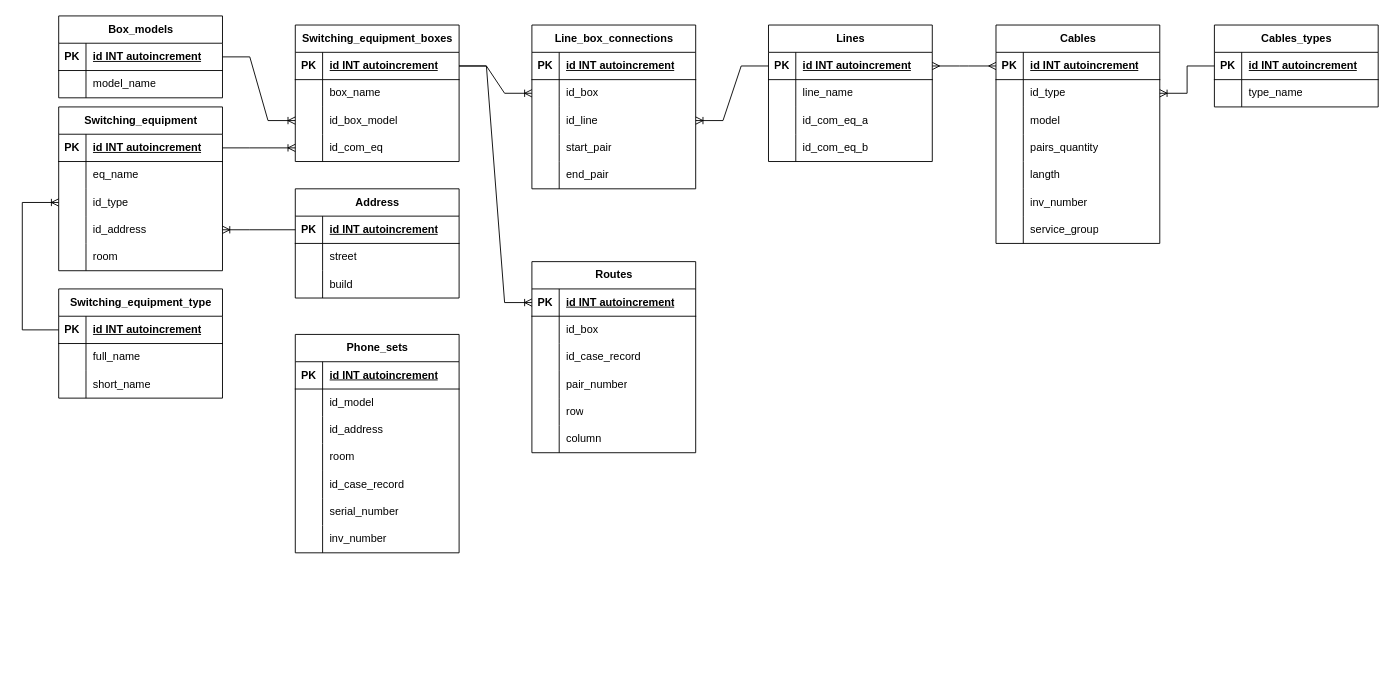
Earlier version of the draw.io diagram Project/Диаграмма без названия.drawio (AndyHustler/HomeworkForJSFullStack). Source tidied: cells renumbered, new cells numbered last; positions are measured from the earlier drawing's top-left corner, leaving out a move shared by most shapes. Both pictures are drawn from the tidied source at 91%, with x=0, y=0 at pixel (22, 15).
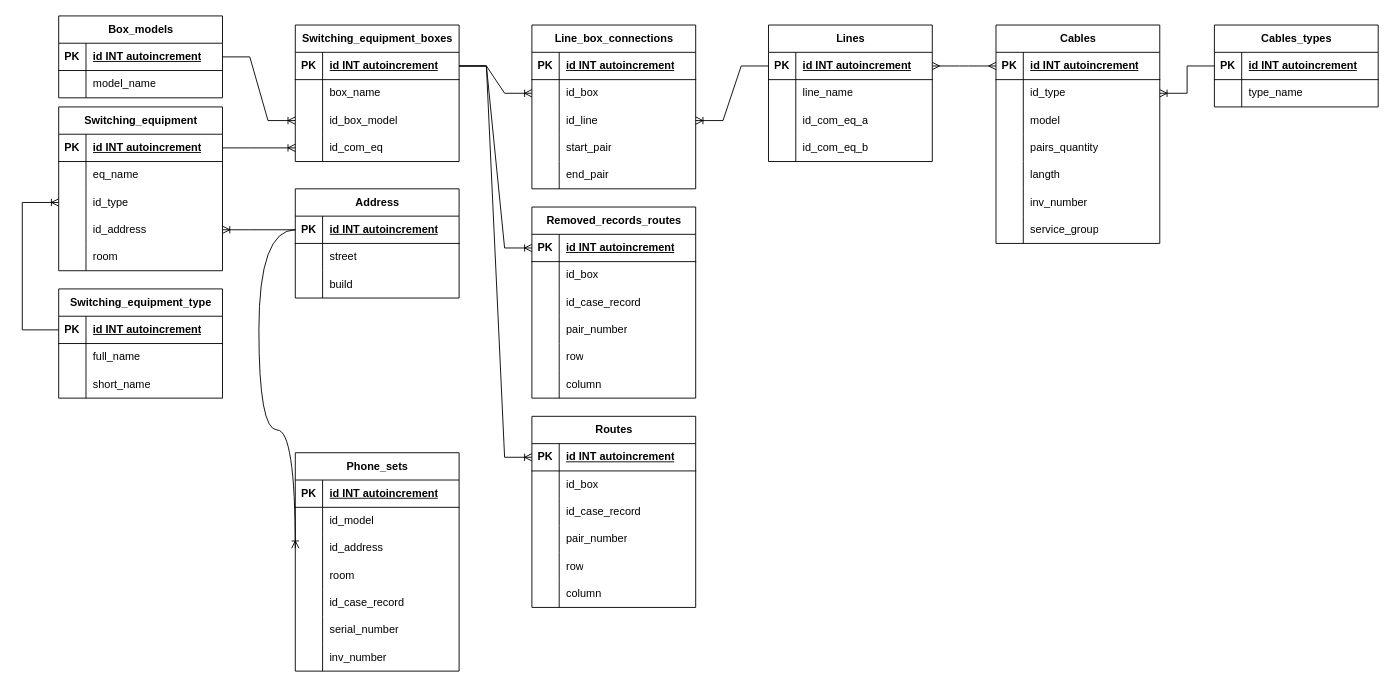
Above is the later version.

Unchanged cells that the change refers to:
```xml
<mxCell id="19" style="shape=tableRow;horizontal=0;startSize=0;swimlaneHead=0;swimlaneBody=0;fillColor=none;points=[[0,0.5],[1,0.5]];portConstraint=eastwest;top=0;left=0;right=0;bottom=1;" parent="18" vertex="1">
  <mxGeometry y="30" width="180" height="30" as="geometry" />
</mxCell>
<mxCell id="44" style="shape=tableRow;horizontal=0;startSize=0;swimlaneHead=0;swimlaneBody=0;fillColor=none;points=[[0,0.5],[1,0.5]];portConstraint=eastwest;top=0;left=0;right=0;bottom=1;" parent="43" vertex="1">
  <mxGeometry y="30" width="180" height="30" as="geometry" />
</mxCell>
<mxCell id="133" style="shape=tableRow;horizontal=0;startSize=0;swimlaneHead=0;swimlaneBody=0;fillColor=none;points=[[0,0.5],[1,0.5]];portConstraint=eastwest;top=0;left=0;right=0;bottom=0;" parent="126" vertex="1">
  <mxGeometry y="90" width="180" height="30" as="geometry" />
</mxCell>
```

What changed in the source:
```diff
@@
     <mxCell id="126" value="Phone_sets" style="shape=table;startSize=30;childLayout=tableLayout;rowLines=0;fontStyle=1;align=center;html=1;" parent="1" vertex="1">
-      <mxGeometry x="300" y="350" width="180" height="240" as="geometry" />
+      <mxGeometry x="300" y="480" width="180" height="240" as="geometry" />
     </mxCell>
@@
     <mxCell id="148" value="Routes" style="shape=table;startSize=30;childLayout=tableLayout;rowLines=0;fontStyle=1;align=center;html=1;" parent="1" vertex="1">
-      <mxGeometry x="560" y="270" width="180" height="210" as="geometry" />
+      <mxGeometry x="560" y="440" width="180" height="210" as="geometry" />
     </mxCell>
@@
+    <mxCell id="168" style="edgeStyle=orthogonalEdgeStyle;fontSize=12;html=1;endArrow=ERoneToMany;rounded=0;exitX=0;exitY=0.5;exitDx=0;exitDy=0;entryX=0;entryY=0.5;entryDx=0;entryDy=0;curved=1;" parent="1" edge="1" source="44" target="133">
+      <mxGeometry relative="1" as="geometry">
+        <Array as="points">
+          <mxPoint x="260" y="235" />
+          <mxPoint x="260" y="455" />
+        </Array>
+      </mxGeometry>
+    </mxCell>
+    <mxCell id="169" value="Removed_records_routes" style="shape=table;startSize=30;childLayout=tableLayout;rowLines=0;fontStyle=1;align=center;html=1;" parent="1" vertex="1">
+      <mxGeometry x="560" y="210" width="180" height="210" as="geometry" />
+    </mxCell>
+    <mxCell id="170" style="shape=tableRow;horizontal=0;startSize=0;swimlaneHead=0;swimlaneBody=0;fillColor=none;points=[[0,0.5],[1,0.5]];portConstraint=eastwest;top=0;left=0;right=0;bottom=1;" parent="169" vertex="1">
+      <mxGeometry y="30" width="180" height="30" as="geometry" />
+    </mxCell>
+    <mxCell id="171" value="PK" style="shape=partialRectangle;fillColor=none;top=0;left=0;bottom=0;right=0;fontStyle=1;overflow=hidden;whiteSpace=wrap;html=1;" parent="170" vertex="1">
+      <mxGeometry width="30" height="30" as="geometry" />
+    </mxCell>
+    <mxCell id="172" value="id INT autoincrement" style="shape=partialRectangle;fillColor=none;top=0;left=0;bottom=0;right=0;align=left;spacingLeft=6;fontStyle=5;overflow=hidden;whiteSpace=wrap;html=1;" parent="170" vertex="1">
+      <mxGeometry x="30" width="150" height="30" as="geometry" />
+    </mxCell>
+    <mxCell id="173" style="shape=tableRow;horizontal=0;startSize=0;swimlaneHead=0;swimlaneBody=0;fillColor=none;top=0;left=0;right=0;bottom=0;" parent="169" vertex="1">
+      <mxGeometry y="60" width="180" height="30" as="geometry" />
+    </mxCell>
+    <mxCell id="174" style="shape=partialRectangle;fillColor=none;top=0;left=0;bottom=0;right=0;overflow=hidden;whiteSpace=wrap;html=1;" parent="173" vertex="1">
+      <mxGeometry width="30" height="30" as="geometry" />
+    </mxCell>
+    <mxCell id="175" value="id_box" style="shape=partialRectangle;fillColor=none;top=0;left=0;bottom=0;right=0;align=left;spacingLeft=6;overflow=hidden;whiteSpace=wrap;html=1;" parent="173" vertex="1">
+      <mxGeometry x="30" width="150" height="30" as="geometry" />
+    </mxCell>
+    <mxCell id="176" style="shape=tableRow;horizontal=0;startSize=0;swimlaneHead=0;swimlaneBody=0;fillColor=none;top=0;left=0;right=0;bottom=0;" parent="169" vertex="1">
+      <mxGeometry y="90" width="180" height="30" as="geometry" />
+    </mxCell>
+    <mxCell id="177" style="shape=partialRectangle;fillColor=none;top=0;left=0;bottom=0;right=0;overflow=hidden;whiteSpace=wrap;html=1;" parent="176" vertex="1">
+      <mxGeometry width="30" height="30" as="geometry" />
+    </mxCell>
+    <mxCell id="178" value="&lt;div&gt;id_case_record&lt;/div&gt;" style="shape=partialRectangle;fillColor=none;top=0;left=0;bottom=0;right=0;align=left;spacingLeft=6;overflow=hidden;whiteSpace=wrap;html=1;" parent="176" vertex="1">
+      <mxGeometry x="30" width="150" height="30" as="geometry" />
+    </mxCell>
+    <mxCell id="179" style="shape=tableRow;horizontal=0;startSize=0;swimlaneHead=0;swimlaneBody=0;fillColor=none;top=0;left=0;right=0;bottom=0;" parent="169" vertex="1">
+      <mxGeometry y="120" width="180" height="30" as="geometry" />
+    </mxCell>
+    <mxCell id="180" style="shape=partialRectangle;fillColor=none;top=0;left=0;bottom=0;right=0;overflow=hidden;whiteSpace=wrap;html=1;" parent="179" vertex="1">
+      <mxGeometry width="30" height="30" as="geometry" />
+    </mxCell>
+    <mxCell id="181" value="pair_number" style="shape=partialRectangle;fillColor=none;top=0;left=0;bottom=0;right=0;align=left;spacingLeft=6;overflow=hidden;whiteSpace=wrap;html=1;" parent="179" vertex="1">
+      <mxGeometry x="30" width="150" height="30" as="geometry" />
+    </mxCell>
+    <mxCell id="182" style="shape=tableRow;horizontal=0;startSize=0;swimlaneHead=0;swimlaneBody=0;fillColor=none;top=0;left=0;right=0;bottom=0;" parent="169" vertex="1">
+      <mxGeometry y="150" width="180" height="30" as="geometry" />
+    </mxCell>
+    <mxCell id="183" style="shape=partialRectangle;fillColor=none;top=0;left=0;bottom=0;right=0;overflow=hidden;whiteSpace=wrap;html=1;" parent="182" vertex="1">
+      <mxGeometry width="30" height="30" as="geometry" />
+    </mxCell>
+    <mxCell id="184" value="row" style="shape=partialRectangle;fillColor=none;top=0;left=0;bottom=0;right=0;align=left;spacingLeft=6;overflow=hidden;whiteSpace=wrap;html=1;" parent="182" vertex="1">
+      <mxGeometry x="30" width="150" height="30" as="geometry" />
+    </mxCell>
+    <mxCell id="185" style="shape=tableRow;horizontal=0;startSize=0;swimlaneHead=0;swimlaneBody=0;fillColor=none;top=0;left=0;right=0;bottom=0;" parent="169" vertex="1">
+      <mxGeometry y="180" width="180" height="30" as="geometry" />
+    </mxCell>
+    <mxCell id="186" style="shape=partialRectangle;fillColor=none;top=0;left=0;bottom=0;right=0;overflow=hidden;whiteSpace=wrap;html=1;" parent="185" vertex="1">
+      <mxGeometry width="30" height="30" as="geometry" />
+    </mxCell>
+    <mxCell id="187" value="column" style="shape=partialRectangle;fillColor=none;top=0;left=0;bottom=0;right=0;align=left;spacingLeft=6;overflow=hidden;whiteSpace=wrap;html=1;" parent="185" vertex="1">
+      <mxGeometry x="30" width="150" height="30" as="geometry" />
+    </mxCell>
+    <mxCell id="188" style="edgeStyle=entityRelationEdgeStyle;fontSize=12;html=1;endArrow=ERoneToMany;rounded=0;exitX=1;exitY=0.5;exitDx=0;exitDy=0;entryX=0;entryY=0.5;entryDx=0;entryDy=0;" parent="1" edge="1" source="19" target="170">
+      <mxGeometry relative="1" as="geometry" />
+    </mxCell>
```
